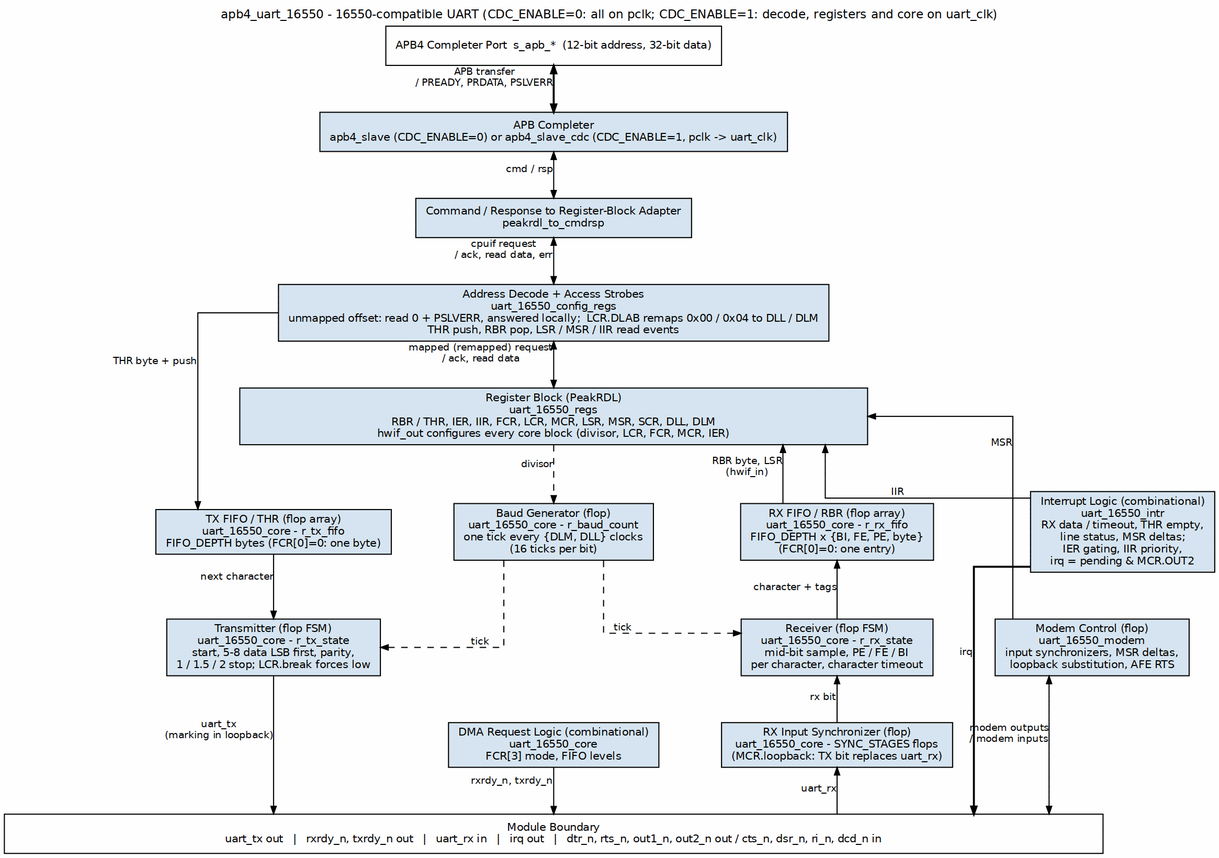
sean-galloway/RTLDesignSherpa keeps this Graphviz diagram as projects/components/legacy-ip/retro_legacy_blocks/docs/uart_16550_mas/assets/graphviz/uart_whole_unit.png. Above is the earlier version. Its source is kept beside it as projects/components/legacy-ip/retro_legacy_blocks/docs/uart_16550_mas/assets/graphviz/uart_whole_unit.dot. Its diagram source:
```dot
digraph uart_whole_unit {
    graph [rankdir=TB, bgcolor="white", fontname="Helvetica", fontsize=11,
           nodesep="0.40", ranksep="0.60", splines=ortho, newrank=true,
           label="apb4_uart_16550 - 16550-compatible UART (CDC_ENABLE=0: all on pclk; CDC_ENABLE=1: decode, registers and core on uart_clk)",
           labelloc=t, labeljust=c];
    node  [fontname="Helvetica", fontsize=10, shape=box, style=filled,
           fillcolor="#D6E4F0", color="black", margin="0.12,0.06"];
    edge  [fontname="Helvetica", fontsize=9, color="black", arrowsize=0.7];

    apb [group=C, label="APB4 Completer Port  s_apb_*  (12-bit address, 32-bit data)", fillcolor="white"];
    slv [group=C, label="APB Completer\napb4_slave (CDC_ENABLE=0) or apb4_slave_cdc (CDC_ENABLE=1, pclk -> uart_clk)"];
    adp [group=C, label="Command / Response to Register-Block Adapter\npeakrdl_to_cmdrsp"];
    dec [group=C, label="Address Decode + Access Strobes\nuart_16550_config_regs\nunmapped offset: read 0 + PSLVERR, answered locally;  LCR.DLAB remaps 0x00 / 0x04 to DLL / DLM\nTHR push, RBR pop, LSR / MSR / IIR read events"];
    regs [group=C, label="Register Block (PeakRDL)\nuart_16550_regs\nRBR / THR, IER, IIR, FCR, LCR, MCR, LSR, MSR, SCR, DLL, DLM\nhwif_out configures every core block (divisor, LCR, FCR, MCR, IER)", width=8.0];

    txf  [group=L, label="TX FIFO / THR (flop array)\nuart_16550_core - r_tx_fifo\nFIFO_DEPTH bytes (FCR[0]=0: one byte)"];
    baud [group=C, label="Baud Generator (flop)\nuart_16550_core - r_baud_count\none tick every {DLM, DLL} clocks\n(16 ticks per bit)"];
    rxf  [group=R, label="RX FIFO / RBR (flop array)\nuart_16550_core - r_rx_fifo\nFIFO_DEPTH x {BI, FE, PE, byte}\n(FCR[0]=0: one entry)"];
    intr [group=X1, label="Interrupt Logic (combinational)\nuart_16550_intr\nRX data / timeout, THR empty,\nline status, MSR deltas;\nIER gating, IIR priority,\nirq = pending & MCR.OUT2"];

    txs  [group=L, label="Transmitter (flop FSM)\nuart_16550_core - r_tx_state\nstart, 5-8 data LSB first, parity,\n1 / 1.5 / 2 stop; LCR.break forces low"];
    rxd  [group=R, label="Receiver (flop FSM)\nuart_16550_core - r_rx_state\nmid-bit sample, PE / FE / BI\nper character, character timeout"];
    mdm  [group=X2, label="Modem Control (flop)\nuart_16550_modem\ninput synchronizers, MSR deltas,\nloopback substitution, AFE RTS"];

    dma  [group=C, label="DMA Request Logic (combinational)\nuart_16550_core\nFCR[3] mode, FIFO levels"];
    rxs  [group=R, label="RX Input Synchronizer (flop)\nuart_16550_core - SYNC_STAGES flops\n(MCR.loopback: TX bit replaces uart_rx)"];

    bar [group=C, label="Module Boundary\nuart_tx out   |   rxrdy_n, txrdy_n out   |   uart_rx in   |   irq out   |   dtr_n, rts_n, out1_n, out2_n out / cts_n, dsr_n, ri_n, dcd_n in",
         fillcolor="white", width=14.0];

    apb -> slv  [dir=both, penwidth=1.8, xlabel="APB transfer\n/ PREADY, PRDATA, PSLVERR"];
    slv -> adp  [dir=both, xlabel="cmd / rsp"];
    adp -> dec  [dir=both, xlabel="cpuif request\n/ ack, read data, err"];
    dec -> regs [dir=both, xlabel="mapped (remapped) request\n/ ack, read data"];

    dec  -> txf [xlabel="THR byte + push"];
    txf  -> txs [xlabel="next character"];
    txs  -> bar [xlabel="uart_tx\n(marking in loopback)"];

    regs -> baud [style=dashed, xlabel="divisor"];
    baud -> txs [style=dashed, xlabel="tick"];
    baud -> rxd [style=dashed, xlabel="tick"];
    baud -> dma [style=invis];
    dma  -> bar [xlabel="rxrdy_n, txrdy_n"];

    rxs  -> bar  [dir=back, xlabel="uart_rx"];
    rxd  -> rxs  [dir=back, xlabel="rx bit"];
    rxf  -> rxd  [dir=back, xlabel="character + tags"];
    regs -> rxf  [dir=back, xlabel="RBR byte, LSR\n(hwif_in)"];

    regs -> intr [dir=back, xlabel="IIR"];
    intr -> bar  [penwidth=1.8, xlabel="irq"];
    regs -> mdm  [dir=back, xlabel="MSR"];
    mdm  -> bar  [dir=both, xlabel="modem outputs\n/ modem inputs"];

    { rank=same; txf; baud; rxf; intr; }
    { rank=same; txs; rxd; mdm; }
    { rank=same; dma; rxs; }
    txf -> baud -> rxf -> intr [style=invis, minlen=2];
    txs -> rxd -> mdm [style=invis, minlen=2];
    dma -> rxs [style=invis, minlen=2];
}
```
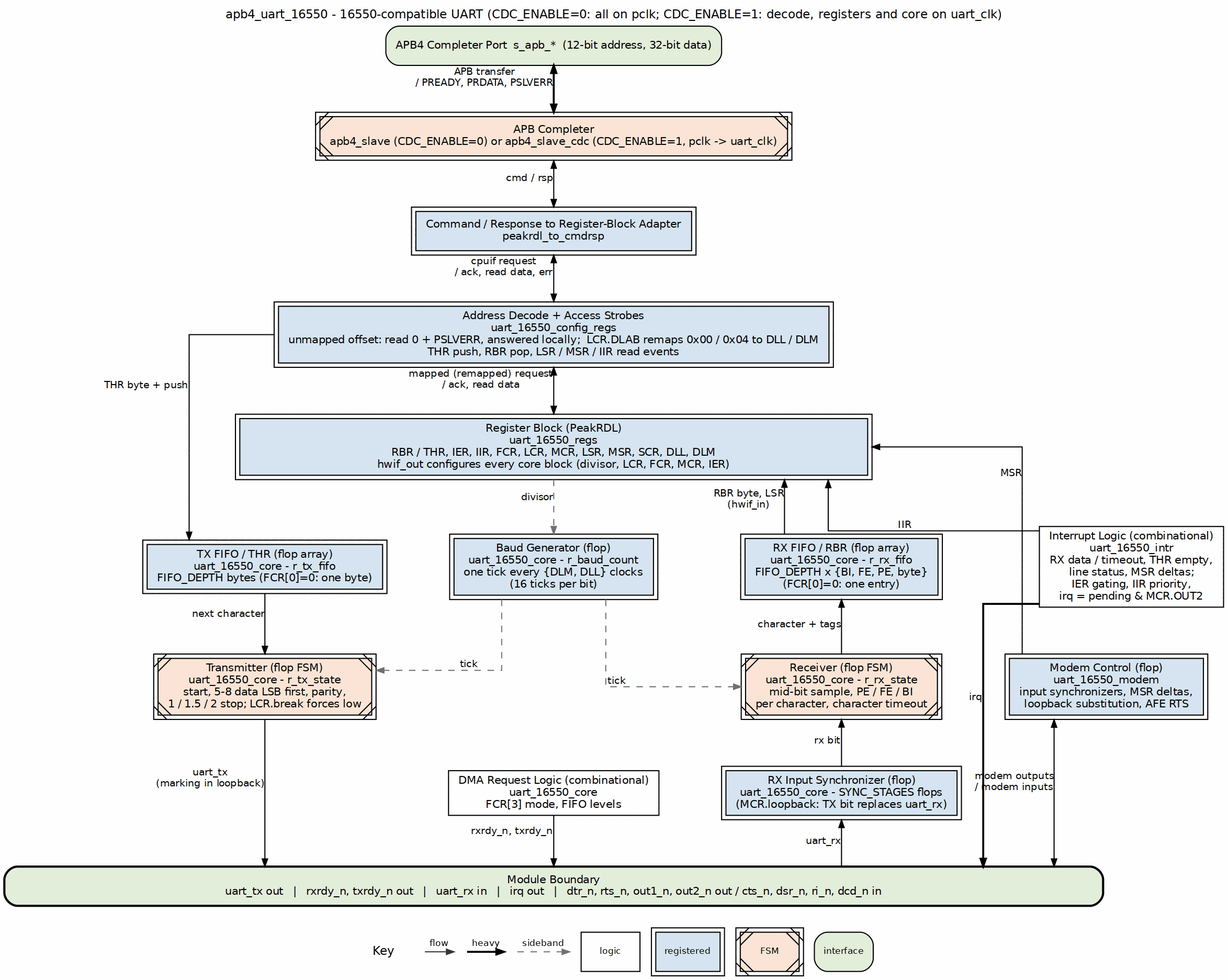
After the commit.

Change to the diagram source:
```diff
@@ -4,29 +4,29 @@
            label="apb4_uart_16550 - 16550-compatible UART (CDC_ENABLE=0: all on pclk; CDC_ENABLE=1: decode, registers and core on uart_clk)",
            labelloc=t, labeljust=c];
     node  [fontname="Helvetica", fontsize=10, shape=box, style=filled,
-           fillcolor="#D6E4F0", color="black", margin="0.12,0.06"];
+           fillcolor="white", color="black", margin="0.12,0.06"];
     edge  [fontname="Helvetica", fontsize=9, color="black", arrowsize=0.7];
 
-    apb [group=C, label="APB4 Completer Port  s_apb_*  (12-bit address, 32-bit data)", fillcolor="white"];
-    slv [group=C, label="APB Completer\napb4_slave (CDC_ENABLE=0) or apb4_slave_cdc (CDC_ENABLE=1, pclk -> uart_clk)"];
-    adp [group=C, label="Command / Response to Register-Block Adapter\npeakrdl_to_cmdrsp"];
-    dec [group=C, label="Address Decode + Access Strobes\nuart_16550_config_regs\nunmapped offset: read 0 + PSLVERR, answered locally;  LCR.DLAB remaps 0x00 / 0x04 to DLL / DLM\nTHR push, RBR pop, LSR / MSR / IIR read events"];
-    regs [group=C, label="Register Block (PeakRDL)\nuart_16550_regs\nRBR / THR, IER, IIR, FCR, LCR, MCR, LSR, MSR, SCR, DLL, DLM\nhwif_out configures every core block (divisor, LCR, FCR, MCR, IER)", width=8.0];
+    apb [group=C, label="APB4 Completer Port  s_apb_*  (12-bit address, 32-bit data)", fillcolor="white", style="rounded,filled", fillcolor="#E2EFDA"];
+    slv [group=C, label="APB Completer\napb4_slave (CDC_ENABLE=0) or apb4_slave_cdc (CDC_ENABLE=1, pclk -> uart_clk)", peripheries=2, style="filled,diagonals", fillcolor="#FCE4D6"];
+    adp [group=C, label="Command / Response to Register-Block Adapter\npeakrdl_to_cmdrsp", peripheries=2, style="filled", fillcolor="#D6E4F0"];
+    dec [group=C, label="Address Decode + Access Strobes\nuart_16550_config_regs\nunmapped offset: read 0 + PSLVERR, answered locally;  LCR.DLAB remaps 0x00 / 0x04 to DLL / DLM\nTHR push, RBR pop, LSR / MSR / IIR read events", peripheries=2, style="filled", fillcolor="#D6E4F0"];
+    regs [group=C, label="Register Block (PeakRDL)\nuart_16550_regs\nRBR / THR, IER, IIR, FCR, LCR, MCR, LSR, MSR, SCR, DLL, DLM\nhwif_out configures every core block (divisor, LCR, FCR, MCR, IER)", width=8.0, peripheries=2, style="filled", fillcolor="#D6E4F0"];
 
-    txf  [group=L, label="TX FIFO / THR (flop array)\nuart_16550_core - r_tx_fifo\nFIFO_DEPTH bytes (FCR[0]=0: one byte)"];
-    baud [group=C, label="Baud Generator (flop)\nuart_16550_core - r_baud_count\none tick every {DLM, DLL} clocks\n(16 ticks per bit)"];
-    rxf  [group=R, label="RX FIFO / RBR (flop array)\nuart_16550_core - r_rx_fifo\nFIFO_DEPTH x {BI, FE, PE, byte}\n(FCR[0]=0: one entry)"];
-    intr [group=X1, label="Interrupt Logic (combinational)\nuart_16550_intr\nRX data / timeout, THR empty,\nline status, MSR deltas;\nIER gating, IIR priority,\nirq = pending & MCR.OUT2"];
+    txf  [group=L, label="TX FIFO / THR (flop array)\nuart_16550_core - r_tx_fifo\nFIFO_DEPTH bytes (FCR[0]=0: one byte)", peripheries=2, style="filled", fillcolor="#D6E4F0"];
+    baud [group=C, label="Baud Generator (flop)\nuart_16550_core - r_baud_count\none tick every {DLM, DLL} clocks\n(16 ticks per bit)", peripheries=2, style="filled", fillcolor="#D6E4F0"];
+    rxf  [group=R, label="RX FIFO / RBR (flop array)\nuart_16550_core - r_rx_fifo\nFIFO_DEPTH x {BI, FE, PE, byte}\n(FCR[0]=0: one entry)", peripheries=2, style="filled", fillcolor="#D6E4F0"];
+    intr [group=X1, label="Interrupt Logic (combinational)\nuart_16550_intr\nRX data / timeout, THR empty,\nline status, MSR deltas;\nIER gating, IIR priority,\nirq = pending & MCR.OUT2", style="filled", fillcolor="white"];
 
-    txs  [group=L, label="Transmitter (flop FSM)\nuart_16550_core - r_tx_state\nstart, 5-8 data LSB first, parity,\n1 / 1.5 / 2 stop; LCR.break forces low"];
-    rxd  [group=R, label="Receiver (flop FSM)\nuart_16550_core - r_rx_state\nmid-bit sample, PE / FE / BI\nper character, character timeout"];
-    mdm  [group=X2, label="Modem Control (flop)\nuart_16550_modem\ninput synchronizers, MSR deltas,\nloopback substitution, AFE RTS"];
+    txs  [group=L, label="Transmitter (flop FSM)\nuart_16550_core - r_tx_state\nstart, 5-8 data LSB first, parity,\n1 / 1.5 / 2 stop; LCR.break forces low", peripheries=2, style="filled,diagonals", fillcolor="#FCE4D6"];
+    rxd  [group=R, label="Receiver (flop FSM)\nuart_16550_core - r_rx_state\nmid-bit sample, PE / FE / BI\nper character, character timeout", peripheries=2, style="filled,diagonals", fillcolor="#FCE4D6"];
+    mdm  [group=X2, label="Modem Control (flop)\nuart_16550_modem\ninput synchronizers, MSR deltas,\nloopback substitution, AFE RTS", peripheries=2, style="filled", fillcolor="#D6E4F0"];
 
-    dma  [group=C, label="DMA Request Logic (combinational)\nuart_16550_core\nFCR[3] mode, FIFO levels"];
-    rxs  [group=R, label="RX Input Synchronizer (flop)\nuart_16550_core - SYNC_STAGES flops\n(MCR.loopback: TX bit replaces uart_rx)"];
+    dma  [group=C, label="DMA Request Logic (combinational)\nuart_16550_core\nFCR[3] mode, FIFO levels", style="filled", fillcolor="white"];
+    rxs  [group=R, label="RX Input Synchronizer (flop)\nuart_16550_core - SYNC_STAGES flops\n(MCR.loopback: TX bit replaces uart_rx)", peripheries=2, style="filled", fillcolor="#D6E4F0"];
 
     bar [group=C, label="Module Boundary\nuart_tx out   |   rxrdy_n, txrdy_n out   |   uart_rx in   |   irq out   |   dtr_n, rts_n, out1_n, out2_n out / cts_n, dsr_n, ri_n, dcd_n in",
-         fillcolor="white", width=14.0];
+         fillcolor="white", width=14.0, style="rounded,filled,bold", fillcolor="#E2EFDA"];
 
     apb -> slv  [dir=both, penwidth=1.8, xlabel="APB transfer\n/ PREADY, PRDATA, PSLVERR"];
     slv -> adp  [dir=both, xlabel="cmd / rsp"];
@@ -37,9 +37,9 @@
     txf  -> txs [xlabel="next character"];
     txs  -> bar [xlabel="uart_tx\n(marking in loopback)"];
 
-    regs -> baud [style=dashed, xlabel="divisor"];
-    baud -> txs [style=dashed, xlabel="tick"];
-    baud -> rxd [style=dashed, xlabel="tick"];
+    regs -> baud [style=dashed, color="#777777", xlabel="divisor"];
+    baud -> txs [style=dashed, color="#777777", xlabel="tick"];
+    baud -> rxd [style=dashed, color="#777777", xlabel="tick"];
     baud -> dma [style=invis];
     dma  -> bar [xlabel="rxrdy_n, txrdy_n"];
 
```
